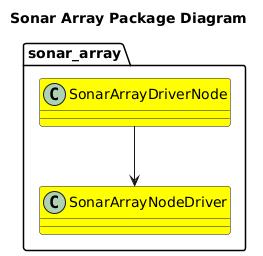
Above: doc/output/SonarArrayPackageDiagram.png in fastrobotics/sonar_array (PlantUML), before the change.
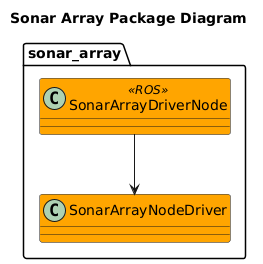
The same file after the commit.

The edit, as a diff of the source:
```diff
@@ -2,8 +2,8 @@
 title Sonar Array Package Diagram
 
 package sonar_array {
-    class SonarArrayDriverNode #Yellow
-    class SonarArrayNodeDriver #Yellow
+    class SonarArrayDriverNode <<ROS>> #Orange
+    class SonarArrayNodeDriver #Orange
     SonarArrayDriverNode --> SonarArrayNodeDriver
 }
 
```
